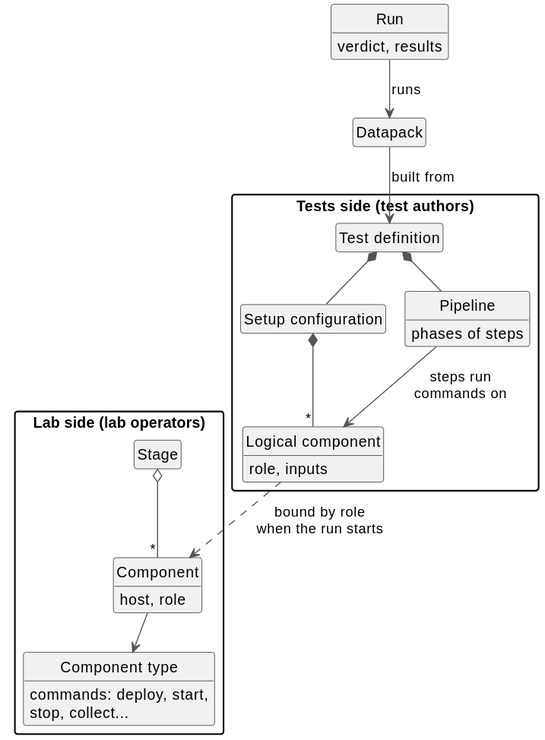
The PlantUML diagram docs/diagrams/data_model.svg in laurentmldev/testsuit, before a commit.
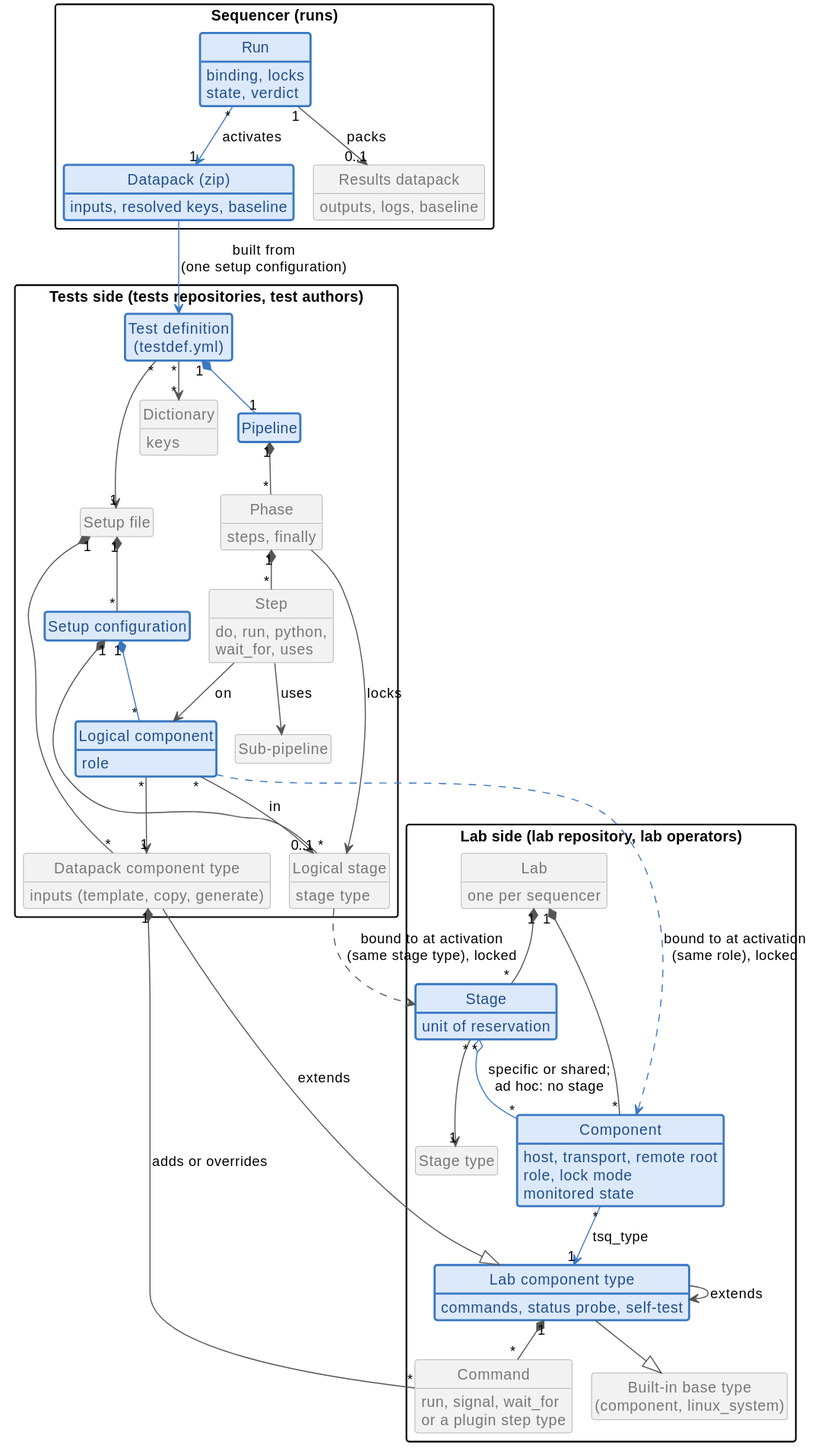
The same diagram one commit later.

Commit message:
Sequencer README: detailed data model figure, essentials in blue

Claude-Session: https://claude.ai/code/session_01SCNzd5VUBsTFJCmmT35Ygx

Diff of the diagram source:
```diff
@@ -7,43 +7,105 @@
 skinparam packageStyle rectangle
 hide circle
 hide empty members
+skinparam class {
+  BackgroundColor #F2F2F2
+  BorderColor #9A9A9A
+  FontColor #555555
+  AttributeFontColor #777777
+}
 
-package "Tests side (test authors)" as testside {
-  class "Test definition" as TestDef
-  class "Setup configuration" as SetupConf
-  class "Logical component" as LComp {
-    role, inputs
+package "Lab side (lab repository, lab operators)" as labside {
+  class "Lab" as Lab {
+    one per sequencer
   }
-  class "Pipeline" as Pipeline {
-    phases of steps
+  class "Stage" as Stage #DCE9FA;line:3A78C2;line.bold;text:1F4E8C {
+    unit of reservation
+  }
+  class "Stage type" as StageType
+  class "Component" as Component #DCE9FA;line:3A78C2;line.bold;text:1F4E8C {
+    host, transport, remote root
+    role, lock mode
+    monitored state
+  }
+  class "Lab component type" as LabType #DCE9FA;line:3A78C2;line.bold;text:1F4E8C {
+    commands, status probe, self-test
+  }
+  class "Built-in base type\n(component, linux_system)" as BaseType
+  class "Command" as Command {
+    run, signal, wait_for
+    or a plugin step type
   }
 }
 
-package "Lab side (lab operators)" as labside {
-  class "Stage" as Stage
-  class "Component" as Component {
-    host, role
+package "Tests side (tests repositories, test authors)" as testside {
+  class "Test definition\n(testdef.yml)" as TestDef #DCE9FA;line:3A78C2;line.bold;text:1F4E8C
+  class "Setup file" as Setup
+  class "Setup configuration" as SetupConf #DCE9FA;line:3A78C2;line.bold;text:1F4E8C
+  class "Logical stage" as LStage {
+    stage type
   }
-  class "Component type" as Type {
-    commands: deploy, start,
-    stop, collect...
+  class "Logical component" as LComp #DCE9FA;line:3A78C2;line.bold;text:1F4E8C {
+    role
+  }
+  class "Datapack component type" as DpType {
+    inputs (template, copy, generate)
+  }
+  class "Dictionary" as Dict {
+    keys
+  }
+  class "Pipeline" as Pipeline #DCE9FA;line:3A78C2;line.bold;text:1F4E8C
+  class "Phase" as Phase {
+    steps, finally
+  }
+  class "Step" as Step {
+    do, run, python,
+    wait_for, uses
+  }
+  class "Sub-pipeline" as SubPipe
+}
+
+package "Sequencer (runs)" as runside {
+  class "Datapack (zip)" as Datapack #DCE9FA;line:3A78C2;line.bold;text:1F4E8C {
+    inputs, resolved keys, baseline
+  }
+  class "Run" as Run #DCE9FA;line:3A78C2;line.bold;text:1F4E8C {
+    binding, locks
+    state, verdict
+  }
+  class "Results datapack" as Results {
+    outputs, logs, baseline
   }
 }
 
-class "Datapack" as Datapack
-class "Run" as Run {
-  verdict, results
-}
+Lab "1" *-- "*" Stage
+Lab "1" *-- "*" Component
+Stage "*" o-[#3A78C2]- "*" Component : specific or shared;\nad hoc: no stage
+Stage "*" --> "1" StageType
+Component "*" -[#3A78C2]-> "1" LabType : tsq_type
+LabType --> LabType : extends
+LabType --|> BaseType
+LabType "1" *-- "*" Command
 
-TestDef *-- SetupConf
-TestDef *-- Pipeline
-SetupConf *-- "*" LComp
-Pipeline --> LComp : steps run\ncommands on
+TestDef "*" --> "1" Setup
+TestDef "1" *-[#3A78C2]- "1" Pipeline
+TestDef "*" --> "*" Dict
+Setup "1" *-- "*" SetupConf
+Setup "1" *-- "*" DpType
+SetupConf "1" *-- "*" LStage
+SetupConf "1" *-[#3A78C2]- "*" LComp
+LComp "*" --> "0..1" LStage : in
+LComp "*" --> "1" DpType
+DpType --|> LabType : extends
+DpType "1" *-- "*" Command : adds or overrides
+Pipeline "1" *-- "*" Phase
+Phase "1" *-- "*" Step
+Step --> SubPipe : uses
+Step --> LComp : on
+Phase --> LStage : locks
 
-Stage o-- "*" Component
-Component --> Type
-
-Datapack --> TestDef : built from
-Run --> Datapack : runs
-LComp ..> Component : bound by role\nwhen the run starts
+Datapack -[#3A78C2]-> TestDef : built from\n(one setup configuration)
+Run "*" -[#3A78C2]-> "1" Datapack : activates
+LStage ..> Stage : bound to at activation\n(same stage type), locked
+LComp .[#3A78C2].> Component : bound to at activation\n(same role), locked
+Run "1" --> "0..1" Results : packs
 @enduml
```
